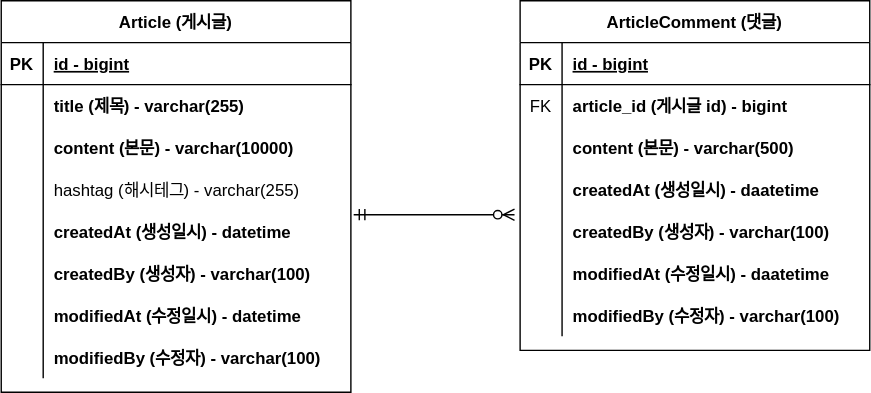
This is document/project-board-erd.svg from godori93/board, a draw.io export, as it was before one commit. Source tidied: cells renumbered, new cells last; positions are measured from the earlier drawing's top-left corner, leaving out a move shared by most shapes.
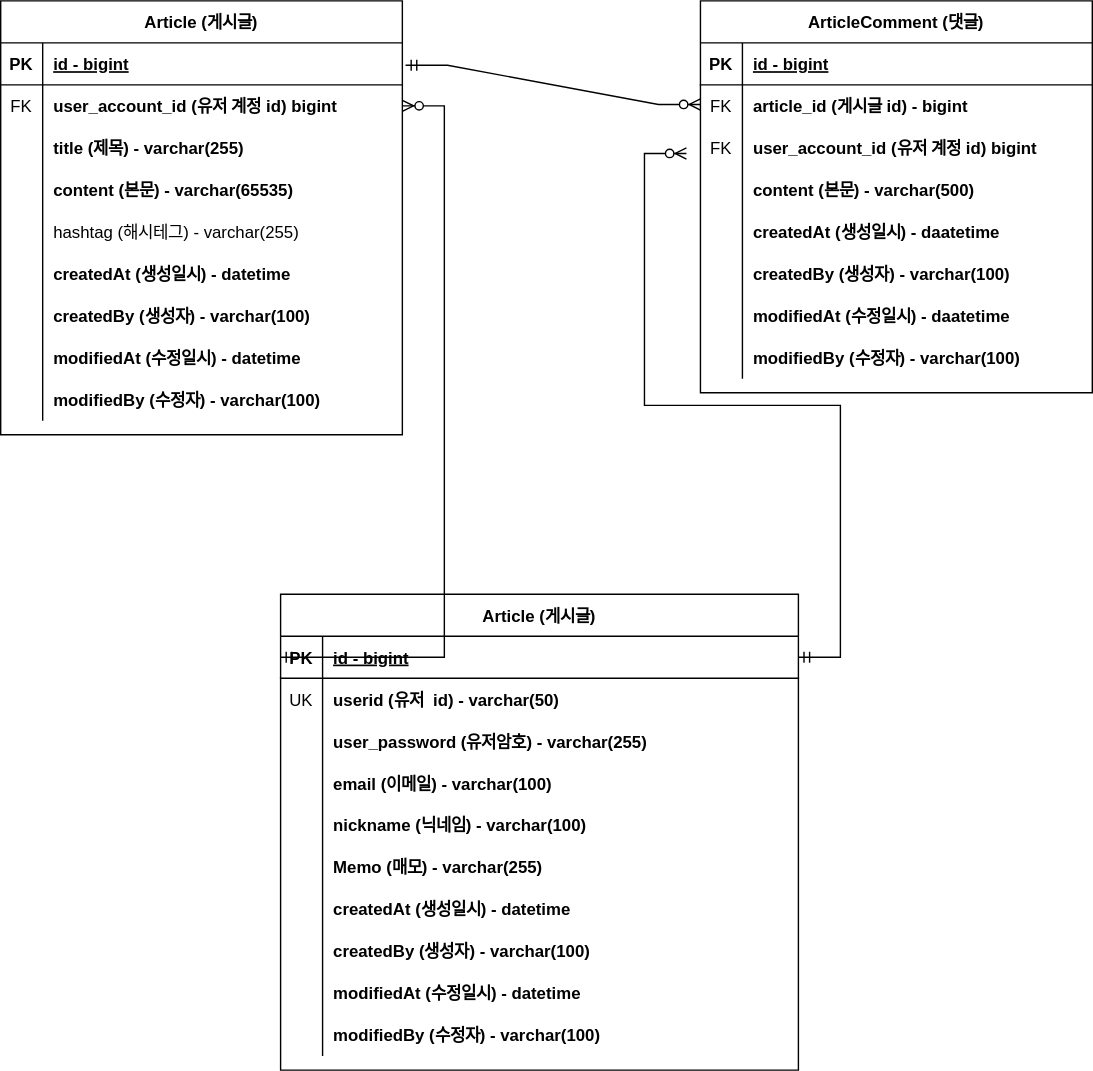
After the change.

Change to the diagram source:
```diff
@@ -5,6 +5,6 @@
     <mxCell id="2" value="Article (게시글)" style="shape=table;startSize=30;rowLines=0;fontStyle=1;align=center;fillColor=none;" parent="1" vertex="1">
-      <mxGeometry width="250" height="280" as="geometry" />
+      <mxGeometry x="-30" y="-49" width="287" height="310" as="geometry" />
     </mxCell>
     <mxCell id="3" style="shape=partialRectangle;fillColor=none;top=0;left=0;right=0;bottom=1;" parent="2" vertex="1">
-      <mxGeometry y="30" width="250" height="30" as="geometry" />
+      <mxGeometry y="30" width="287" height="30" as="geometry" />
     </mxCell>
@@ -14,15 +14,24 @@
     <mxCell id="5" value="id - bigint" style="shape=partialRectangle;overflow=hidden;fillColor=none;top=0;left=0;bottom=0;right=0;align=left;spacingLeft=6;fontStyle=5;" parent="3" vertex="1">
-      <mxGeometry x="30" width="220" height="30" as="geometry" />
+      <mxGeometry x="30" width="257" height="30" as="geometry" />
     </mxCell>
     <mxCell id="6" style="shape=partialRectangle;fillColor=none;points=[[0,0.5],[1,0.5]];portConstraint=eastwest;top=0;left=0;right=0;bottom=0;" parent="2" vertex="1">
-      <mxGeometry y="60" width="250" height="30" as="geometry" />
+      <mxGeometry y="60" width="287" height="30" as="geometry" />
     </mxCell>
-    <mxCell id="7" style="shape=partialRectangle;overflow=hidden;fillColor=none;top=0;left=0;bottom=0;right=0;" parent="6" vertex="1">
+    <mxCell id="7" value="FK" style="shape=partialRectangle;overflow=hidden;fillColor=none;top=0;left=0;bottom=0;right=0;" parent="6" vertex="1">
       <mxGeometry width="30" height="30" as="geometry" />
     </mxCell>
-    <mxCell id="8" value="title (제목) - varchar(255)" style="shape=partialRectangle;overflow=hidden;fillColor=none;top=0;left=0;bottom=0;right=0;align=left;spacingLeft=6;fontStyle=1;" parent="6" vertex="1">
-      <mxGeometry x="30" width="220" height="30" as="geometry" />
+    <mxCell id="8" value="user_account_id (유저 계정 id) bigint" style="shape=partialRectangle;overflow=hidden;fillColor=none;top=0;left=0;bottom=0;right=0;align=left;spacingLeft=6;fontStyle=1;" parent="6" vertex="1">
+      <mxGeometry x="30" width="257" height="30" as="geometry" />
     </mxCell>
+    <mxCell id="50" style="shape=partialRectangle;fillColor=none;top=0;left=0;right=0;bottom=0;" parent="2" vertex="1">
+      <mxGeometry y="90" width="287" height="30" as="geometry" />
+    </mxCell>
+    <mxCell id="51" style="shape=partialRectangle;overflow=hidden;fillColor=none;top=0;left=0;bottom=0;right=0;" parent="50" vertex="1">
+      <mxGeometry width="30" height="30" as="geometry" />
+    </mxCell>
+    <mxCell id="52" value="title (제목) - varchar(255)" style="shape=partialRectangle;overflow=hidden;fillColor=none;top=0;left=0;bottom=0;right=0;align=left;spacingLeft=6;fontStyle=1;" parent="50" vertex="1">
+      <mxGeometry x="30" width="257" height="30" as="geometry" />
+    </mxCell>
     <mxCell id="9" style="shape=partialRectangle;fillColor=none;top=0;left=0;right=0;bottom=0;" parent="2" vertex="1">
-      <mxGeometry y="90" width="250" height="30" as="geometry" />
+      <mxGeometry y="120" width="287" height="30" as="geometry" />
     </mxCell>
@@ -31,7 +40,7 @@
     </mxCell>
-    <mxCell id="11" value="content (본문) - varchar(10000)" style="shape=partialRectangle;overflow=hidden;fillColor=none;top=0;left=0;bottom=0;right=0;align=left;spacingLeft=6;fontStyle=1;" parent="9" vertex="1">
-      <mxGeometry x="30" width="220" height="30" as="geometry" />
+    <mxCell id="11" value="content (본문) - varchar(65535)" style="shape=partialRectangle;overflow=hidden;fillColor=none;top=0;left=0;bottom=0;right=0;align=left;spacingLeft=6;fontStyle=1;" parent="9" vertex="1">
+      <mxGeometry x="30" width="257" height="30" as="geometry" />
     </mxCell>
     <mxCell id="12" style="shape=partialRectangle;fillColor=none;top=0;left=0;right=0;bottom=0;" parent="2" vertex="1">
-      <mxGeometry y="120" width="250" height="30" as="geometry" />
+      <mxGeometry y="150" width="287" height="30" as="geometry" />
     </mxCell>
@@ -41,6 +50,6 @@
     <mxCell id="14" value="hashtag (해시테그) - varchar(255)" style="shape=partialRectangle;overflow=hidden;fillColor=none;top=0;left=0;bottom=0;right=0;align=left;spacingLeft=6;" parent="12" vertex="1">
-      <mxGeometry x="30" width="220" height="30" as="geometry" />
+      <mxGeometry x="30" width="257" height="30" as="geometry" />
     </mxCell>
     <mxCell id="15" style="shape=partialRectangle;fillColor=none;points=[[0,0.5],[1,0.5]];portConstraint=eastwest;top=0;left=0;right=0;bottom=0;" parent="2" vertex="1">
-      <mxGeometry y="150" width="250" height="30" as="geometry" />
+      <mxGeometry y="180" width="287" height="30" as="geometry" />
     </mxCell>
@@ -50,6 +59,6 @@
     <mxCell id="17" value="createdAt (생성일시) - datetime" style="shape=partialRectangle;overflow=hidden;fillColor=none;top=0;left=0;bottom=0;right=0;align=left;spacingLeft=6;fontStyle=1;" parent="15" vertex="1">
-      <mxGeometry x="30" width="220" height="30" as="geometry" />
+      <mxGeometry x="30" width="257" height="30" as="geometry" />
     </mxCell>
     <mxCell id="18" style="shape=partialRectangle;fillColor=none;top=0;left=0;right=0;bottom=0;" parent="2" vertex="1">
-      <mxGeometry y="180" width="250" height="30" as="geometry" />
+      <mxGeometry y="210" width="287" height="30" as="geometry" />
     </mxCell>
@@ -59,6 +68,6 @@
     <mxCell id="20" value="createdBy (생성자) - varchar(100)" style="shape=partialRectangle;overflow=hidden;fillColor=none;top=0;left=0;bottom=0;right=0;align=left;spacingLeft=6;fontStyle=1;" parent="18" vertex="1">
-      <mxGeometry x="30" width="220" height="30" as="geometry" />
+      <mxGeometry x="30" width="257" height="30" as="geometry" />
     </mxCell>
     <mxCell id="21" style="shape=partialRectangle;fillColor=none;top=0;left=0;right=0;bottom=0;" parent="2" vertex="1">
-      <mxGeometry y="210" width="250" height="30" as="geometry" />
+      <mxGeometry y="240" width="287" height="30" as="geometry" />
     </mxCell>
@@ -68,6 +77,6 @@
     <mxCell id="23" value="modifiedAt (수정일시) - datetime" style="shape=partialRectangle;overflow=hidden;fillColor=none;top=0;left=0;bottom=0;right=0;align=left;spacingLeft=6;fontStyle=1;" parent="21" vertex="1">
-      <mxGeometry x="30" width="220" height="30" as="geometry" />
+      <mxGeometry x="30" width="257" height="30" as="geometry" />
     </mxCell>
     <mxCell id="24" style="shape=partialRectangle;fillColor=none;top=0;left=0;right=0;bottom=0;" parent="2" vertex="1">
-      <mxGeometry y="240" width="250" height="30" as="geometry" />
+      <mxGeometry y="270" width="287" height="30" as="geometry" />
     </mxCell>
@@ -77,9 +86,9 @@
     <mxCell id="26" value="modifiedBy (수정자) - varchar(100)" style="shape=partialRectangle;overflow=hidden;fillColor=none;top=0;left=0;bottom=0;right=0;align=left;spacingLeft=6;fontStyle=1;" parent="24" vertex="1">
-      <mxGeometry x="30" width="220" height="30" as="geometry" />
+      <mxGeometry x="30" width="257" height="30" as="geometry" />
     </mxCell>
     <mxCell id="27" value="ArticleComment (댓글)" style="shape=table;startSize=30;rowLines=0;fontStyle=1;align=center;fillColor=none;" parent="1" vertex="1">
-      <mxGeometry x="371" width="250" height="250" as="geometry" />
+      <mxGeometry x="470" y="-49" width="280" height="280" as="geometry" />
     </mxCell>
     <mxCell id="28" style="shape=partialRectangle;fillColor=none;top=0;left=0;right=0;bottom=1;" parent="27" vertex="1">
-      <mxGeometry y="30" width="250" height="30" as="geometry" />
+      <mxGeometry y="30" width="280" height="30" as="geometry" />
     </mxCell>
@@ -89,6 +98,6 @@
     <mxCell id="30" value="id - bigint" style="shape=partialRectangle;overflow=hidden;fillColor=none;top=0;left=0;bottom=0;right=0;align=left;spacingLeft=6;fontStyle=5;" parent="28" vertex="1">
-      <mxGeometry x="30" width="220" height="30" as="geometry" />
+      <mxGeometry x="30" width="250" height="30" as="geometry" />
     </mxCell>
     <mxCell id="31" style="shape=partialRectangle;fillColor=none;top=0;left=0;right=0;bottom=0;" parent="27" vertex="1">
-      <mxGeometry y="60" width="250" height="30" as="geometry" />
+      <mxGeometry y="60" width="280" height="30" as="geometry" />
     </mxCell>
@@ -98,6 +107,15 @@
     <mxCell id="33" value="article_id (게시글 id) - bigint" style="shape=partialRectangle;overflow=hidden;fillColor=none;top=0;left=0;bottom=0;right=0;align=left;spacingLeft=6;fontStyle=1;" parent="31" vertex="1">
-      <mxGeometry x="30" width="220" height="30" as="geometry" />
+      <mxGeometry x="30" width="250" height="30" as="geometry" />
     </mxCell>
+    <mxCell id="53" style="shape=partialRectangle;fillColor=none;top=0;left=0;right=0;bottom=0;" parent="27" vertex="1">
+      <mxGeometry y="90" width="280" height="30" as="geometry" />
+    </mxCell>
+    <mxCell id="54" value="FK" style="shape=partialRectangle;overflow=hidden;fillColor=none;top=0;left=0;bottom=0;right=0;" parent="53" vertex="1">
+      <mxGeometry width="30" height="30" as="geometry" />
+    </mxCell>
+    <mxCell id="55" value="user_account_id (유저 계정 id) bigint" style="shape=partialRectangle;overflow=hidden;fillColor=none;top=0;left=0;bottom=0;right=0;align=left;spacingLeft=6;fontStyle=1;" parent="53" vertex="1">
+      <mxGeometry x="30" width="250" height="30" as="geometry" />
+    </mxCell>
     <mxCell id="34" style="shape=partialRectangle;fillColor=none;top=0;left=0;right=0;bottom=0;" parent="27" vertex="1">
-      <mxGeometry y="90" width="250" height="30" as="geometry" />
+      <mxGeometry y="120" width="280" height="30" as="geometry" />
     </mxCell>
@@ -107,6 +125,6 @@
     <mxCell id="36" value="content (본문) - varchar(500)" style="shape=partialRectangle;overflow=hidden;fillColor=none;top=0;left=0;bottom=0;right=0;align=left;spacingLeft=6;fontStyle=1;" parent="34" vertex="1">
-      <mxGeometry x="30" width="220" height="30" as="geometry" />
+      <mxGeometry x="30" width="250" height="30" as="geometry" />
     </mxCell>
     <mxCell id="37" style="shape=partialRectangle;fillColor=none;top=0;left=0;right=0;bottom=0;" parent="27" vertex="1">
-      <mxGeometry y="120" width="250" height="30" as="geometry" />
+      <mxGeometry y="150" width="280" height="30" as="geometry" />
     </mxCell>
@@ -116,6 +134,6 @@
     <mxCell id="39" value="createdAt (생성일시) - daatetime" style="shape=partialRectangle;overflow=hidden;fillColor=none;top=0;left=0;bottom=0;right=0;align=left;spacingLeft=6;fontStyle=1;" parent="37" vertex="1">
-      <mxGeometry x="30" width="220" height="30" as="geometry" />
+      <mxGeometry x="30" width="250" height="30" as="geometry" />
     </mxCell>
     <mxCell id="40" style="shape=partialRectangle;fillColor=none;points=[[0,0.5],[1,0.5]];portConstraint=eastwest;top=0;left=0;right=0;bottom=0;" parent="27" vertex="1">
-      <mxGeometry y="150" width="250" height="30" as="geometry" />
+      <mxGeometry y="180" width="280" height="30" as="geometry" />
     </mxCell>
@@ -125,6 +143,6 @@
     <mxCell id="42" value="createdBy (생성자) - varchar(100)" style="shape=partialRectangle;overflow=hidden;fillColor=none;top=0;left=0;bottom=0;right=0;align=left;spacingLeft=6;fontStyle=1;" parent="40" vertex="1">
-      <mxGeometry x="30" width="220" height="30" as="geometry" />
+      <mxGeometry x="30" width="250" height="30" as="geometry" />
     </mxCell>
     <mxCell id="43" style="shape=partialRectangle;fillColor=none;top=0;left=0;right=0;bottom=0;" parent="27" vertex="1">
-      <mxGeometry y="180" width="250" height="30" as="geometry" />
+      <mxGeometry y="210" width="280" height="30" as="geometry" />
     </mxCell>
@@ -134,6 +152,6 @@
     <mxCell id="45" value="modifiedAt (수정일시) - daatetime" style="shape=partialRectangle;overflow=hidden;fillColor=none;top=0;left=0;bottom=0;right=0;align=left;spacingLeft=6;fontStyle=1;" parent="43" vertex="1">
-      <mxGeometry x="30" width="220" height="30" as="geometry" />
+      <mxGeometry x="30" width="250" height="30" as="geometry" />
     </mxCell>
     <mxCell id="46" style="shape=partialRectangle;fillColor=none;top=0;left=0;right=0;bottom=0;" parent="27" vertex="1">
-      <mxGeometry y="210" width="250" height="30" as="geometry" />
+      <mxGeometry y="240" width="280" height="30" as="geometry" />
     </mxCell>
@@ -143,7 +161,111 @@
     <mxCell id="48" value="modifiedBy (수정자) - varchar(100)" style="shape=partialRectangle;overflow=hidden;fillColor=none;top=0;left=0;bottom=0;right=0;align=left;spacingLeft=6;fontStyle=1;" parent="46" vertex="1">
-      <mxGeometry x="30" width="220" height="30" as="geometry" />
+      <mxGeometry x="30" width="250" height="30" as="geometry" />
     </mxCell>
-    <mxCell id="49" style="edgeStyle=entityRelationEdgeStyle;fontSize=12;html=1;endArrow=ERzeroToMany;startArrow=ERmandOne;rounded=0;exitX=1.008;exitY=0.1;exitDx=0;exitDy=0;exitPerimeter=0;entryX=-0.016;entryY=0.1;entryDx=0;entryDy=0;entryPerimeter=0;fillColor=none;" parent="1" edge="1" source="15" target="40">
-      <mxGeometry relative="1" as="geometry" />
+    <mxCell id="49" style="edgeStyle=entityRelationEdgeStyle;fontSize=12;html=1;endArrow=ERzeroToMany;startArrow=ERmandOne;rounded=0;exitX=1.008;exitY=0.1;exitDx=0;exitDy=0;exitPerimeter=0;entryX=0;entryY=0.5;entryDx=0;entryDy=0;fillColor=none;" parent="1" edge="1">
+      <mxGeometry relative="1" as="geometry">
+        <mxPoint x="259.3" y="-3" as="sourcePoint" />
+        <mxPoint x="470" y="25" as="targetPoint" />
+      </mxGeometry>
     </mxCell>
+    <mxCell id="56" value="Article (게시글)" style="shape=table;startSize=30;rowLines=0;fontStyle=1;align=center;fillColor=none;" parent="1" vertex="1">
+      <mxGeometry x="170" y="375" width="370" height="340" as="geometry" />
+    </mxCell>
+    <mxCell id="57" style="shape=partialRectangle;fillColor=none;points=[[0,0.5],[1,0.5]];portConstraint=eastwest;top=0;left=0;right=0;bottom=1;" parent="56" vertex="1">
+      <mxGeometry y="30" width="370" height="30" as="geometry" />
+    </mxCell>
+    <mxCell id="58" value="PK" style="shape=partialRectangle;overflow=hidden;fillColor=none;top=0;left=0;bottom=0;right=0;fontStyle=1;" parent="57" vertex="1">
+      <mxGeometry width="30" height="30" as="geometry" />
+    </mxCell>
+    <mxCell id="59" value="id - bigint" style="shape=partialRectangle;overflow=hidden;fillColor=none;top=0;left=0;bottom=0;right=0;align=left;spacingLeft=6;fontStyle=5;" parent="57" vertex="1">
+      <mxGeometry x="30" width="340" height="30" as="geometry" />
+    </mxCell>
+    <mxCell id="60" style="shape=partialRectangle;fillColor=none;top=0;left=0;right=0;bottom=0;" parent="56" vertex="1">
+      <mxGeometry y="60" width="370" height="30" as="geometry" />
+    </mxCell>
+    <mxCell id="61" value="UK" style="shape=partialRectangle;overflow=hidden;fillColor=none;top=0;left=0;bottom=0;right=0;" parent="60" vertex="1">
+      <mxGeometry width="30" height="30" as="geometry" />
+    </mxCell>
+    <mxCell id="62" value="userid (유저  id) - varchar(50)" style="shape=partialRectangle;overflow=hidden;fillColor=none;top=0;left=0;bottom=0;right=0;align=left;spacingLeft=6;fontStyle=1;" parent="60" vertex="1">
+      <mxGeometry x="30" width="340" height="30" as="geometry" />
+    </mxCell>
+    <mxCell id="63" style="shape=partialRectangle;fillColor=none;top=0;left=0;right=0;bottom=0;" parent="56" vertex="1">
+      <mxGeometry y="90" width="370" height="30" as="geometry" />
+    </mxCell>
+    <mxCell id="64" style="shape=partialRectangle;overflow=hidden;fillColor=none;top=0;left=0;bottom=0;right=0;" parent="63" vertex="1">
+      <mxGeometry width="30" height="30" as="geometry" />
+    </mxCell>
+    <mxCell id="65" value="user_password (유저암호) - varchar(255)" style="shape=partialRectangle;overflow=hidden;fillColor=none;top=0;left=0;bottom=0;right=0;align=left;spacingLeft=6;fontStyle=1;" parent="63" vertex="1">
+      <mxGeometry x="30" width="340" height="30" as="geometry" />
+    </mxCell>
+    <mxCell id="66" style="shape=partialRectangle;fillColor=none;top=0;left=0;right=0;bottom=0;" parent="56" vertex="1">
+      <mxGeometry y="120" width="370" height="30" as="geometry" />
+    </mxCell>
+    <mxCell id="67" style="shape=partialRectangle;overflow=hidden;fillColor=none;top=0;left=0;bottom=0;right=0;" parent="66" vertex="1">
+      <mxGeometry width="30" height="30" as="geometry" />
+    </mxCell>
+    <mxCell id="68" value="email (이메일) - varchar(100)" style="shape=partialRectangle;overflow=hidden;fillColor=none;top=0;left=0;bottom=0;right=0;align=left;spacingLeft=6;fontStyle=1;" parent="66" vertex="1">
+      <mxGeometry x="30" width="340" height="30" as="geometry" />
+    </mxCell>
+    <mxCell id="69" style="shape=partialRectangle;fillColor=none;top=0;left=0;right=0;bottom=0;" parent="56" vertex="1">
+      <mxGeometry y="150" width="370" height="30" as="geometry" />
+    </mxCell>
+    <mxCell id="70" style="shape=partialRectangle;overflow=hidden;fillColor=none;top=0;left=0;bottom=0;right=0;" parent="69" vertex="1">
+      <mxGeometry width="30" height="30" as="geometry" />
+    </mxCell>
+    <mxCell id="71" value="nickname (닉네임) - varchar(100)" style="shape=partialRectangle;overflow=hidden;fillColor=none;top=0;left=0;bottom=0;right=0;align=left;spacingLeft=6;fontStyle=1;" parent="69" vertex="1">
+      <mxGeometry x="30" width="340" height="30" as="geometry" />
+    </mxCell>
+    <mxCell id="72" style="shape=partialRectangle;fillColor=none;top=0;left=0;right=0;bottom=0;" parent="56" vertex="1">
+      <mxGeometry y="180" width="370" height="30" as="geometry" />
+    </mxCell>
+    <mxCell id="73" style="shape=partialRectangle;overflow=hidden;fillColor=none;top=0;left=0;bottom=0;right=0;" parent="72" vertex="1">
+      <mxGeometry width="30" height="30" as="geometry" />
+    </mxCell>
+    <mxCell id="74" value="Memo (매모) - varchar(255)" style="shape=partialRectangle;overflow=hidden;fillColor=none;top=0;left=0;bottom=0;right=0;align=left;spacingLeft=6;fontStyle=1;" parent="72" vertex="1">
+      <mxGeometry x="30" width="340" height="30" as="geometry" />
+    </mxCell>
+    <mxCell id="75" style="shape=partialRectangle;fillColor=none;top=0;left=0;right=0;bottom=0;" parent="56" vertex="1">
+      <mxGeometry y="210" width="370" height="30" as="geometry" />
+    </mxCell>
+    <mxCell id="76" style="shape=partialRectangle;overflow=hidden;fillColor=none;top=0;left=0;bottom=0;right=0;" parent="75" vertex="1">
+      <mxGeometry width="30" height="30" as="geometry" />
+    </mxCell>
+    <mxCell id="77" value="createdAt (생성일시) - datetime" style="shape=partialRectangle;overflow=hidden;fillColor=none;top=0;left=0;bottom=0;right=0;align=left;spacingLeft=6;fontStyle=1;" parent="75" vertex="1">
+      <mxGeometry x="30" width="340" height="30" as="geometry" />
+    </mxCell>
+    <mxCell id="78" style="shape=partialRectangle;fillColor=none;top=0;left=0;right=0;bottom=0;" parent="56" vertex="1">
+      <mxGeometry y="240" width="370" height="30" as="geometry" />
+    </mxCell>
+    <mxCell id="79" style="shape=partialRectangle;overflow=hidden;fillColor=none;top=0;left=0;bottom=0;right=0;" parent="78" vertex="1">
+      <mxGeometry width="30" height="30" as="geometry" />
+    </mxCell>
+    <mxCell id="80" value="createdBy (생성자) - varchar(100)" style="shape=partialRectangle;overflow=hidden;fillColor=none;top=0;left=0;bottom=0;right=0;align=left;spacingLeft=6;fontStyle=1;" parent="78" vertex="1">
+      <mxGeometry x="30" width="340" height="30" as="geometry" />
+    </mxCell>
+    <mxCell id="81" style="shape=partialRectangle;fillColor=none;top=0;left=0;right=0;bottom=0;" parent="56" vertex="1">
+      <mxGeometry y="270" width="370" height="30" as="geometry" />
+    </mxCell>
+    <mxCell id="82" style="shape=partialRectangle;overflow=hidden;fillColor=none;top=0;left=0;bottom=0;right=0;" parent="81" vertex="1">
+      <mxGeometry width="30" height="30" as="geometry" />
+    </mxCell>
+    <mxCell id="83" value="modifiedAt (수정일시) - datetime" style="shape=partialRectangle;overflow=hidden;fillColor=none;top=0;left=0;bottom=0;right=0;align=left;spacingLeft=6;fontStyle=1;" parent="81" vertex="1">
+      <mxGeometry x="30" width="340" height="30" as="geometry" />
+    </mxCell>
+    <mxCell id="84" style="shape=partialRectangle;fillColor=none;top=0;left=0;right=0;bottom=0;" parent="56" vertex="1">
+      <mxGeometry y="300" width="370" height="30" as="geometry" />
+    </mxCell>
+    <mxCell id="85" style="shape=partialRectangle;overflow=hidden;fillColor=none;top=0;left=0;bottom=0;right=0;" parent="84" vertex="1">
+      <mxGeometry width="30" height="30" as="geometry" />
+    </mxCell>
+    <mxCell id="86" value="modifiedBy (수정자) - varchar(100)" style="shape=partialRectangle;overflow=hidden;fillColor=none;top=0;left=0;bottom=0;right=0;align=left;spacingLeft=6;fontStyle=1;" parent="84" vertex="1">
+      <mxGeometry x="30" width="340" height="30" as="geometry" />
+    </mxCell>
+    <mxCell id="87" style="edgeStyle=entityRelationEdgeStyle;fontSize=12;html=1;endArrow=ERzeroToMany;startArrow=ERmandOne;exitX=1;exitY=0.5;exitDx=0;exitDy=0;fillColor=none;rounded=0;jumpStyle=none;" parent="1" edge="1" source="57">
+      <mxGeometry relative="1" as="geometry">
+        <mxPoint x="460" y="60" as="targetPoint" />
+      </mxGeometry>
+    </mxCell>
+    <mxCell id="88" style="edgeStyle=entityRelationEdgeStyle;fontSize=12;html=1;endArrow=ERzeroToMany;startArrow=ERmandOne;rounded=0;exitX=0;exitY=0.5;exitDx=0;exitDy=0;fillColor=none;" parent="1" edge="1" source="57" target="6">
+      <mxGeometry relative="1" as="geometry" />
+    </mxCell>
   </root>
```
